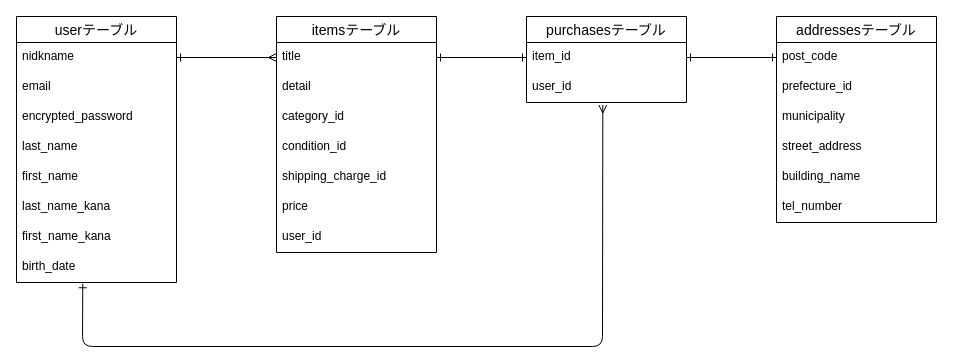
Before: ER.dio in k1engineer/furima-40569, a draw.io diagram. Source tidied: cells renumbered, new cells numbered last; positions are measured from the earlier drawing's top-left corner, leaving out a move shared by most shapes. Both pictures are drawn from the tidied source at 100%, with x=0, y=0 at pixel (16, 16).
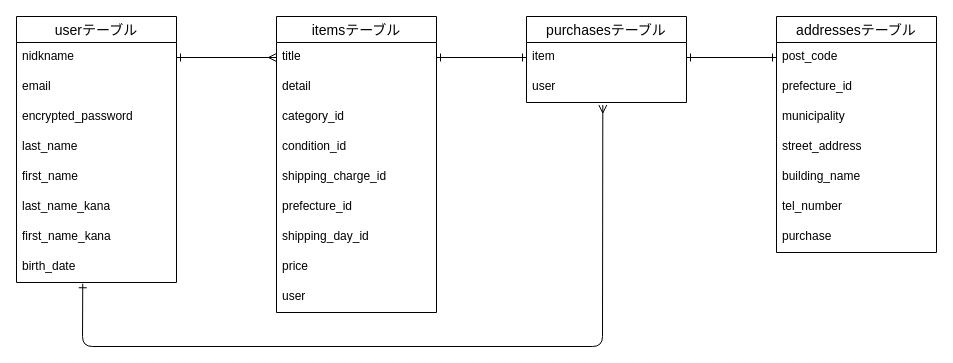
The same diagram, later.

Commit message (it also covers changes not shown here):
データベース設計の修正

The change refers to these unchanged cells:
```xml
<mxCell id="19" value="purchasesテーブル" style="swimlane;fontStyle=0;horizontal=1;startSize=26;align=center;fontSize=14;" parent="1" vertex="1">
  <mxGeometry x="510" width="160" height="86" as="geometry" />
</mxCell>
```

Change to the diagram source:
```diff
@@
     <mxCell id="11" value="itemsテーブル" style="swimlane;fontStyle=0;horizontal=1;startSize=26;align=center;fontSize=14;" parent="1" vertex="1">
-      <mxGeometry x="260" width="160" height="236" as="geometry" />
+      <mxGeometry x="260" width="160" height="296" as="geometry" />
     </mxCell>
@@
+    <mxCell id="33" value="prefecture_id" style="text;strokeColor=none;fillColor=none;spacingLeft=4;spacingRight=4;overflow=hidden;fontSize=12;" parent="11" vertex="1">
+      <mxGeometry y="176" width="160" height="30" as="geometry" />
+    </mxCell>
+    <mxCell id="34" value="shipping_day_id " style="text;strokeColor=none;fillColor=none;spacingLeft=4;spacingRight=4;overflow=hidden;fontSize=12;" parent="11" vertex="1">
+      <mxGeometry y="206" width="160" height="30" as="geometry" />
+    </mxCell>
     <mxCell id="17" value="price" style="text;strokeColor=none;fillColor=none;spacingLeft=4;spacingRight=4;overflow=hidden;fontSize=12;" parent="11" vertex="1">
-      <mxGeometry y="176" width="160" height="30" as="geometry" />
+      <mxGeometry y="236" width="160" height="30" as="geometry" />
     </mxCell>
-    <mxCell id="18" value="user_id" style="text;strokeColor=none;fillColor=none;spacingLeft=4;spacingRight=4;overflow=hidden;fontSize=12;" parent="11" vertex="1">
-      <mxGeometry y="206" width="160" height="30" as="geometry" />
+    <mxCell id="18" value="user" style="text;strokeColor=none;fillColor=none;spacingLeft=4;spacingRight=4;overflow=hidden;fontSize=12;" parent="11" vertex="1">
+      <mxGeometry y="266" width="160" height="30" as="geometry" />
     </mxCell>
@@
-    <mxCell id="20" value="item_id" style="text;strokeColor=none;fillColor=none;spacingLeft=4;spacingRight=4;overflow=hidden;points=[[0,0.5],[1,0.5]];portConstraint=eastwest;fontSize=12;" parent="19" vertex="1">
+    <mxCell id="20" value="item" style="text;strokeColor=none;fillColor=none;spacingLeft=4;spacingRight=4;overflow=hidden;points=[[0,0.5],[1,0.5]];portConstraint=eastwest;fontSize=12;" parent="19" vertex="1">
       <mxGeometry y="26" width="160" height="30" as="geometry" />
     </mxCell>
-    <mxCell id="21" value="user_id" style="text;strokeColor=none;fillColor=none;spacingLeft=4;spacingRight=4;overflow=hidden;points=[[0,0.5],[1,0.5]];portConstraint=eastwest;fontSize=12;" parent="19" vertex="1">
+    <mxCell id="21" value="user" style="text;strokeColor=none;fillColor=none;spacingLeft=4;spacingRight=4;overflow=hidden;points=[[0,0.5],[1,0.5]];portConstraint=eastwest;fontSize=12;" parent="19" vertex="1">
       <mxGeometry y="56" width="160" height="30" as="geometry" />
     </mxCell>
     <mxCell id="22" value="addressesテーブル" style="swimlane;fontStyle=0;horizontal=1;startSize=26;align=center;fontSize=14;" parent="1" vertex="1">
-      <mxGeometry x="760" width="160" height="206" as="geometry" />
+      <mxGeometry x="760" width="160" height="236" as="geometry" />
     </mxCell>
@@
+    <mxCell id="35" value="purchase" style="text;strokeColor=none;fillColor=none;spacingLeft=4;spacingRight=4;overflow=hidden;fontSize=12;" parent="22" vertex="1">
+      <mxGeometry y="206" width="160" height="30" as="geometry" />
+    </mxCell>
```
